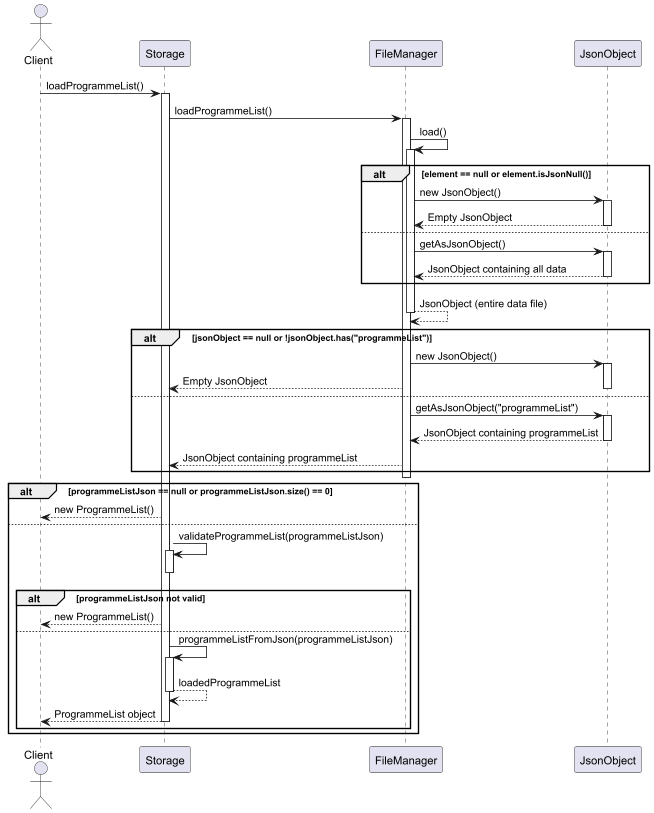
This is docs/images/loadProgrammeListSeqenceDiagram.png from nus-cs2113-AY2425S1/tp, a PlantUML export, as it was before one commit.
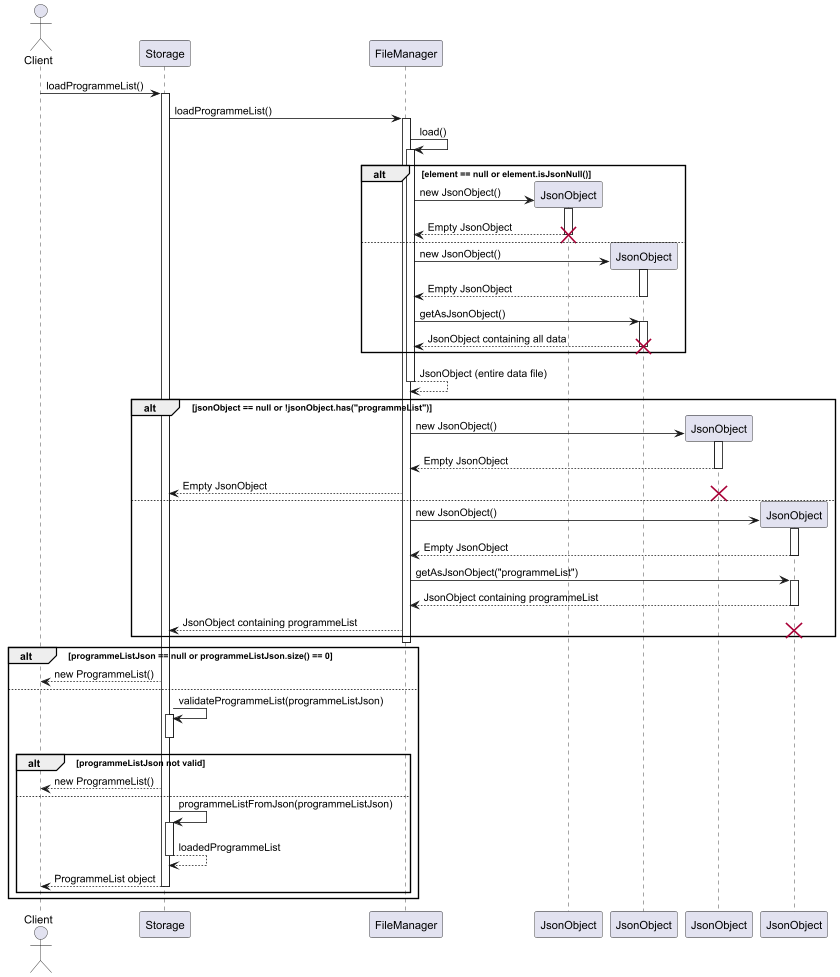
After the change.

Commit message:
Update seq diagrams to have constructor

What changed in the source:
```diff
@@ -11,31 +11,49 @@
 FileManager -> FileManager : load()
 activate FileManager
 alt element == null or element.isJsonNull()
-    FileManager -> JsonObject : new JsonObject()
-    activate JsonObject
-    JsonObject --> FileManager : Empty JsonObject
-    deactivate JsonObject
+    create JsonObject as emptyJsonObject
+    FileManager -> emptyJsonObject : new JsonObject()
+    activate emptyJsonObject
+    emptyJsonObject --> FileManager : Empty JsonObject
+    deactivate emptyJsonObject
+    destroy emptyJsonObject
 else
-    FileManager -> JsonObject : getAsJsonObject()
-    activate JsonObject
-    JsonObject --> FileManager : JsonObject containing all data
-    deactivate JsonObject
+    create JsonObject as allDataJsonObject
+    FileManager -> allDataJsonObject : new JsonObject()
+    activate allDataJsonObject
+    allDataJsonObject --> FileManager : Empty JsonObject
+    deactivate allDataJsonObject
+    FileManager -> allDataJsonObject : getAsJsonObject()
+    activate allDataJsonObject
+    allDataJsonObject --> FileManager : JsonObject containing all data
+    deactivate allDataJsonObject
+    destroy allDataJsonObject
 end
 
 FileManager --> FileManager : JsonObject (entire data file)
 deactivate FileManager
 
 alt jsonObject == null or !jsonObject.has("programmeList")
+    create JsonObject as emptyProgrammeListJsonObject
+    FileManager -> emptyProgrammeListJsonObject : new JsonObject()
+    activate emptyProgrammeListJsonObject
+    emptyProgrammeListJsonObject --> FileManager : Empty JsonObject
+    deactivate emptyProgrammeListJsonObject
+    FileManager --> Storage : Empty JsonObject
+    deactivate JsonObject
+    destroy emptyProgrammeListJsonObject
+else
+    create JsonObject
     FileManager -> JsonObject : new JsonObject()
     activate JsonObject
-    FileManager --> Storage : Empty JsonObject
+    JsonObject --> FileManager : Empty JsonObject
     deactivate JsonObject
-else
     FileManager -> JsonObject : getAsJsonObject("programmeList")
     activate JsonObject
     JsonObject --> FileManager : JsonObject containing programmeList
     deactivate JsonObject
     FileManager --> Storage : JsonObject containing programmeList
+    destroy JsonObject
 end
 deactivate FileManager
 
```
